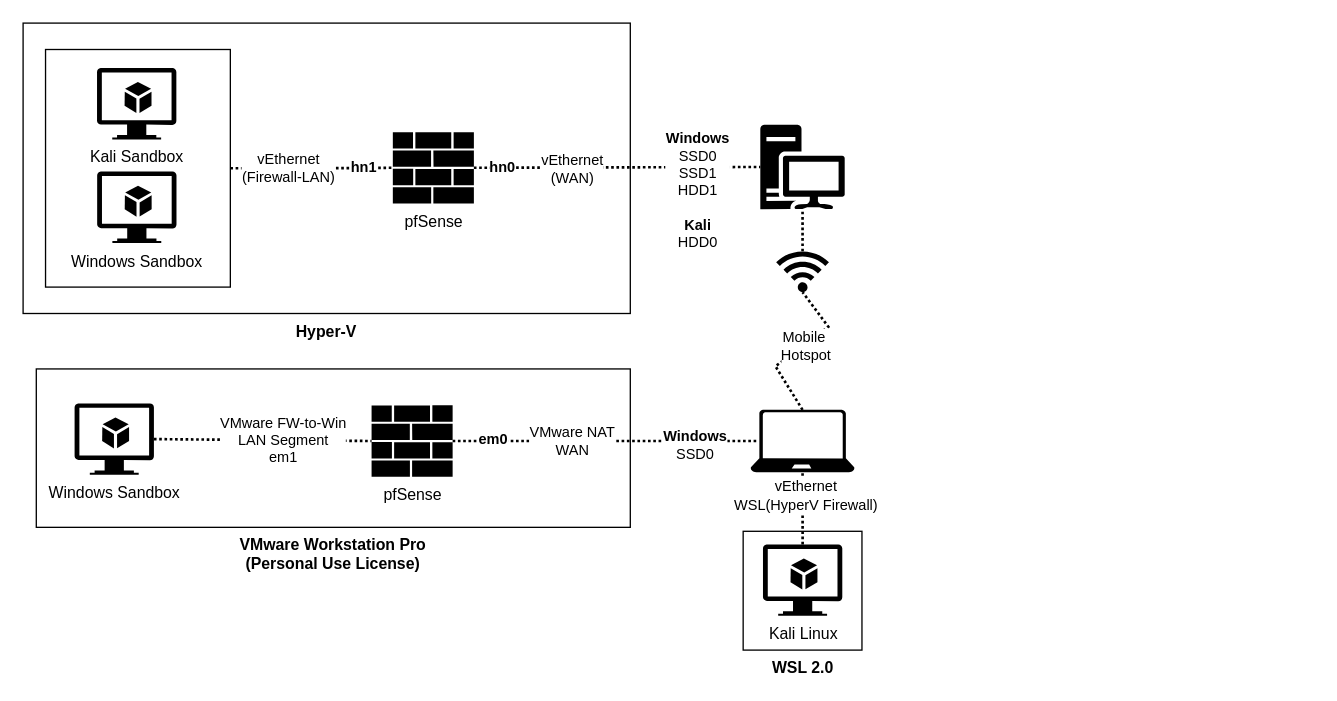
Above: Home-Lab.drawio in nicklausmayer/HomeLab (draw.io), before the change. Source tidied: cells renumbered, new cells numbered last; positions are measured from the earlier drawing's top-left corner, leaving out a move shared by most shapes. Both pictures are drawn from the tidied source at 132%, with x=0, y=0 at pixel (22, 22).
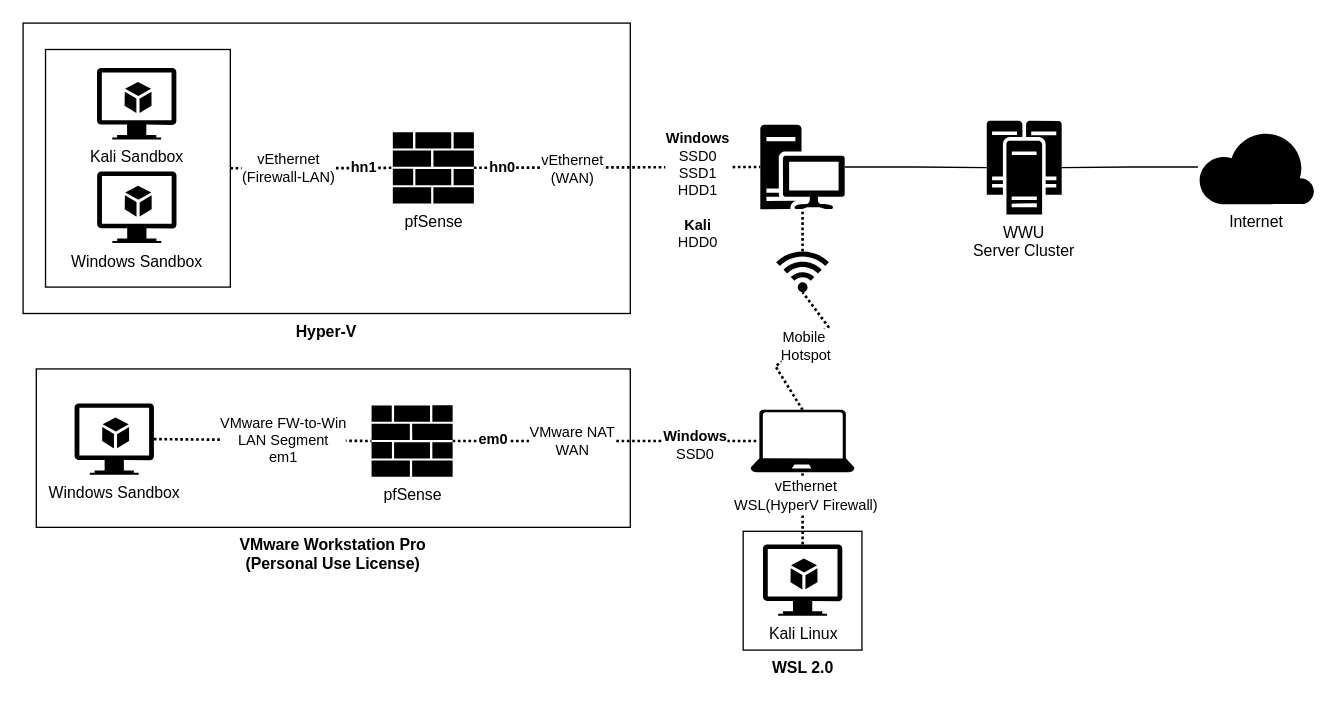
The same page after the edit.

The change refers to these unchanged cells:
```xml
<mxCell id="11" style="sketch=0;shadow=0;dashed=0;html=1;strokeColor=none;labelPosition=center;verticalLabelPosition=bottom;verticalAlign=top;align=center;fillColor=#000000;shape=mxgraph.mscae.enterprise.workstation_client;" parent="1" vertex="1">
  <mxGeometry x="558.5" y="77" width="64" height="64" as="geometry" />
</mxCell>
```

What changed in the source:
```diff
@@
+    <mxCell id="33" value="&lt;div&gt;WWU&lt;/div&gt;&lt;div&gt;Server Cluster&lt;/div&gt;" style="sketch=0;shadow=0;dashed=0;html=1;strokeColor=none;labelPosition=center;verticalLabelPosition=bottom;verticalAlign=top;align=center;fillColor=light-dark(#000000, #bfd3ff);shape=mxgraph.mscae.enterprise.cluster_server;" parent="1" vertex="1">
+      <mxGeometry x="730" y="74" width="56.8" height="71" as="geometry" />
+    </mxCell>
+    <mxCell id="34" style="edgeStyle=orthogonalEdgeStyle;rounded=0;jettySize=auto;html=1;entryX=0;entryY=0.5;entryDx=0;entryDy=0;entryPerimeter=0;endArrow=none;startFill=0;" parent="1" edge="1" source="11" target="33">
+      <mxGeometry relative="1" as="geometry" />
+    </mxCell>
+    <mxCell id="35" value="Internet" style="sketch=0;shadow=0;dashed=0;html=1;strokeColor=none;labelPosition=center;verticalLabelPosition=bottom;verticalAlign=top;align=center;fillColor=light-dark(#000000, #bfd3ff);shape=mxgraph.azure.cloud;" parent="1" vertex="1">
+      <mxGeometry x="890" y="80.7" width="88.4" height="56.6" as="geometry" />
+    </mxCell>
+    <mxCell id="36" style="edgeStyle=orthogonalEdgeStyle;rounded=0;jettySize=auto;html=1;entryX=1;entryY=0.5;entryDx=0;entryDy=0;entryPerimeter=0;endArrow=none;startFill=0;" parent="1" edge="1" source="35" target="33">
+      <mxGeometry relative="1" as="geometry" />
+    </mxCell>
```
